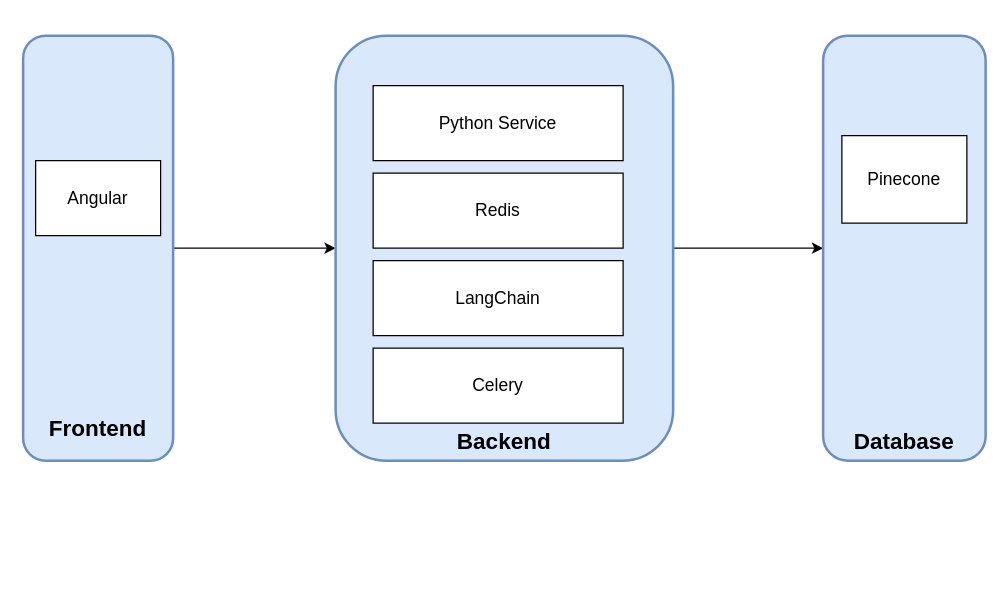
The draw.io diagram Untitled Diagram.drawio in hrdk99/diagrams, before the edit. Source tidied: cells renumbered, new cells numbered last; positions are measured from the earlier drawing's top-left corner, leaving out a move shared by most shapes. Both pictures are drawn from the tidied source at 125%, with x=0, y=0 at pixel (22, 35).
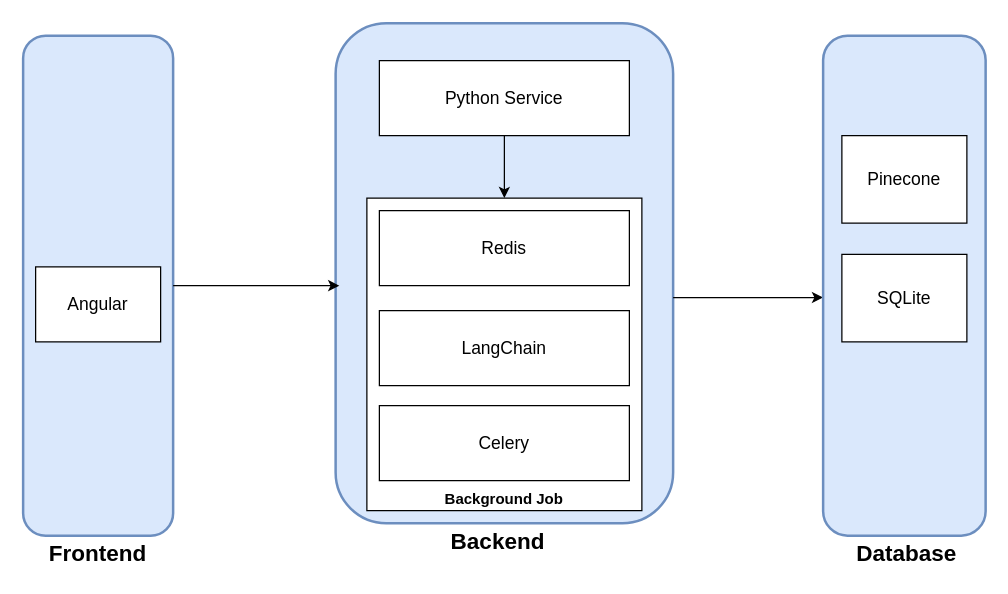
The same diagram, later.

The edit, as a diff of the source:
```diff
@@
-    <mxCell id="2" style="edgeStyle=orthogonalEdgeStyle;rounded=0;jettySize=auto;html=1;exitX=1;exitY=0.5;exitDx=0;exitDy=0;entryX=0;entryY=0.5;entryDx=0;entryDy=0;" parent="1" edge="1" source="3" target="5">
-      <mxGeometry relative="1" as="geometry" />
-    </mxCell>
+    <mxCell id="5" style="rounded=1;whiteSpace=wrap;html=1;fillColor=#dae8fc;strokeColor=#6c8ebf;strokeWidth=2;" parent="1" vertex="1">
+      <mxGeometry x="250" y="-10" width="270" height="400" as="geometry" />
+    </mxCell>
+    <mxCell id="16" style="rounded=0;whiteSpace=wrap;html=1;" parent="1" vertex="1">
+      <mxGeometry x="275" y="130" width="220" height="250" as="geometry" />
+    </mxCell>
     <mxCell id="3" style="rounded=1;whiteSpace=wrap;html=1;fillColor=#dae8fc;strokeColor=#6c8ebf;strokeWidth=2;" parent="1" vertex="1">
-      <mxGeometry width="120" height="340" as="geometry" />
+      <mxGeometry width="120" height="400" as="geometry" />
     </mxCell>
-    <mxCell id="4" style="edgeStyle=orthogonalEdgeStyle;rounded=0;jettySize=auto;html=1;exitX=1;exitY=0.5;exitDx=0;exitDy=0;entryX=0;entryY=0.5;entryDx=0;entryDy=0;" parent="1" edge="1" source="5" target="6">
-      <mxGeometry relative="1" as="geometry" />
+    <mxCell id="4" style="edgeStyle=orthogonalEdgeStyle;rounded=0;orthogonalLoop=1;jettySize=auto;html=1;exitX=1.007;exitY=0.165;exitDx=0;exitDy=0;exitPerimeter=0;" parent="1" edge="1">
+      <mxGeometry relative="1" as="geometry">
+        <mxPoint x="520" y="209.5" as="sourcePoint" />
+        <mxPoint x="640" y="209.5" as="targetPoint" />
+        <Array as="points">
+          <mxPoint x="578" y="209.1" />
+          <mxPoint x="578" y="210.1" />
+        </Array>
+      </mxGeometry>
     </mxCell>
-    <mxCell id="5" style="rounded=1;whiteSpace=wrap;html=1;fillColor=#dae8fc;strokeColor=#6c8ebf;strokeWidth=2;" parent="1" vertex="1">
-      <mxGeometry x="250" width="270" height="340" as="geometry" />
-    </mxCell>
     <mxCell id="6" style="rounded=1;whiteSpace=wrap;html=1;fillColor=#dae8fc;strokeColor=#6c8ebf;strokeWidth=2;" parent="1" vertex="1">
-      <mxGeometry x="640" width="130" height="340" as="geometry" />
+      <mxGeometry x="640" width="130" height="400" as="geometry" />
     </mxCell>
     <mxCell id="7" value="&lt;font style=&quot;font-size: 18px;&quot;&gt;&lt;b&gt;Backend&lt;/b&gt;&lt;/font&gt;" style="text;html=1;align=center;verticalAlign=middle;whiteSpace=wrap;rounded=0;" parent="1" vertex="1">
-      <mxGeometry x="355" y="310" width="60" height="30" as="geometry" />
+      <mxGeometry x="350" y="390" width="60" height="30" as="geometry" />
     </mxCell>
+    <mxCell id="17" style="edgeStyle=orthogonalEdgeStyle;rounded=0;jettySize=auto;html=1;" parent="1" edge="1" source="8">
+      <mxGeometry relative="1" as="geometry">
+        <mxPoint x="385" y="130" as="targetPoint" />
+      </mxGeometry>
+    </mxCell>
     <mxCell id="8" value="Python Service" style="rounded=0;whiteSpace=wrap;html=1;fontSize=14;" parent="1" vertex="1">
-      <mxGeometry x="280" y="40" width="200" height="60" as="geometry" />
+      <mxGeometry x="285" y="20" width="200" height="60" as="geometry" />
     </mxCell>
     <mxCell id="9" value="Redis" style="rounded=0;whiteSpace=wrap;html=1;fontSize=14;" parent="1" vertex="1">
-      <mxGeometry x="280" y="110" width="200" height="60" as="geometry" />
+      <mxGeometry x="285" y="140" width="200" height="60" as="geometry" />
     </mxCell>
     <mxCell id="10" value="LangChain" style="rounded=0;whiteSpace=wrap;html=1;fontSize=14;" parent="1" vertex="1">
-      <mxGeometry x="280" y="180" width="200" height="60" as="geometry" />
+      <mxGeometry x="285" y="220" width="200" height="60" as="geometry" />
     </mxCell>
     <mxCell id="11" value="Celery" style="rounded=0;whiteSpace=wrap;html=1;fontSize=14;" parent="1" vertex="1">
-      <mxGeometry x="280" y="250" width="200" height="60" as="geometry" />
+      <mxGeometry x="285" y="296" width="200" height="60" as="geometry" />
     </mxCell>
     <mxCell id="12" value="&lt;font style=&quot;font-size: 18px;&quot;&gt;&lt;b&gt;Frontend&lt;/b&gt;&lt;/font&gt;" style="text;html=1;align=center;verticalAlign=middle;whiteSpace=wrap;rounded=0;" parent="1" vertex="1">
-      <mxGeometry x="30" y="300" width="60" height="30" as="geometry" />
+      <mxGeometry x="30" y="400" width="60" height="30" as="geometry" />
     </mxCell>
     <mxCell id="13" value="&lt;font style=&quot;&quot;&gt;Angular&lt;/font&gt;" style="rounded=0;whiteSpace=wrap;html=1;fontSize=14;" parent="1" vertex="1">
-      <mxGeometry x="10" y="100" width="100" height="60" as="geometry" />
+      <mxGeometry x="10" y="185" width="100" height="60" as="geometry" />
     </mxCell>
     <mxCell id="14" value="&lt;font style=&quot;font-size: 18px;&quot;&gt;&lt;b&gt;Database&lt;/b&gt;&lt;/font&gt;" style="text;html=1;align=center;verticalAlign=middle;whiteSpace=wrap;rounded=0;" parent="1" vertex="1">
-      <mxGeometry x="675" y="310" width="60" height="30" as="geometry" />
+      <mxGeometry x="677" y="400" width="60" height="30" as="geometry" />
     </mxCell>
@@
+    <mxCell id="18" value="&lt;font style=&quot;&quot;&gt;SQLite&lt;/font&gt;" style="rounded=0;whiteSpace=wrap;html=1;fontSize=14;" parent="1" vertex="1">
+      <mxGeometry x="655" y="175" width="100" height="70" as="geometry" />
+    </mxCell>
+    <mxCell id="19" value="&lt;font&gt;&lt;b style=&quot;&quot;&gt;Background Job&lt;/b&gt;&lt;/font&gt;" style="text;html=1;align=center;verticalAlign=middle;whiteSpace=wrap;rounded=0;" parent="1" vertex="1">
+      <mxGeometry x="330" y="356" width="110" height="30" as="geometry" />
+    </mxCell>
+    <mxCell id="2" style="edgeStyle=orthogonalEdgeStyle;rounded=0;jettySize=auto;html=1;entryX=0.011;entryY=0.525;entryDx=0;entryDy=0;entryPerimeter=0;" parent="1" edge="1" source="3" target="5">
+      <mxGeometry relative="1" as="geometry" />
+    </mxCell>
```
